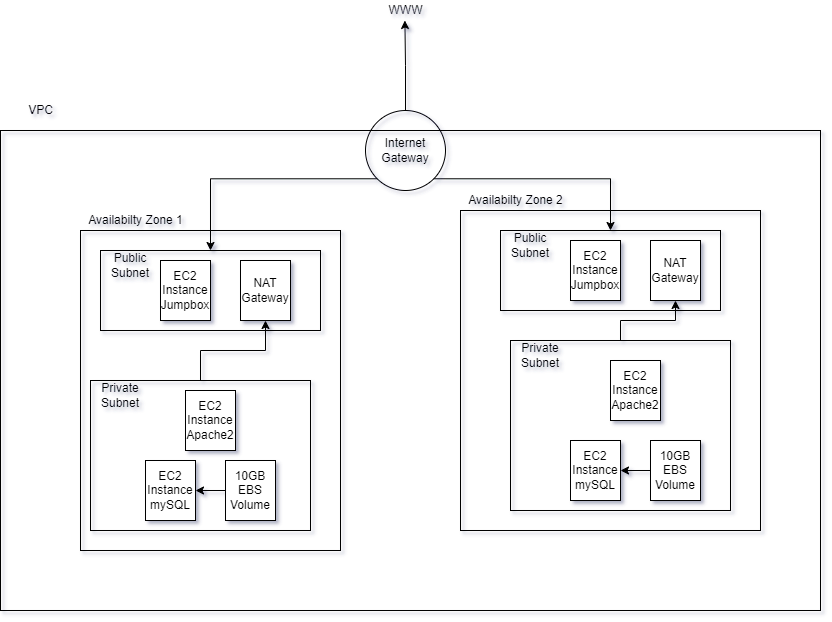
The draw.io diagram Diagram.drawio.png in shejan0/VPC-AWS-Assignment2-cs4843, before a commit. Source tidied: cells renumbered, new cells last; positions are measured from the earlier drawing's top-left corner, leaving out a move shared by most shapes.
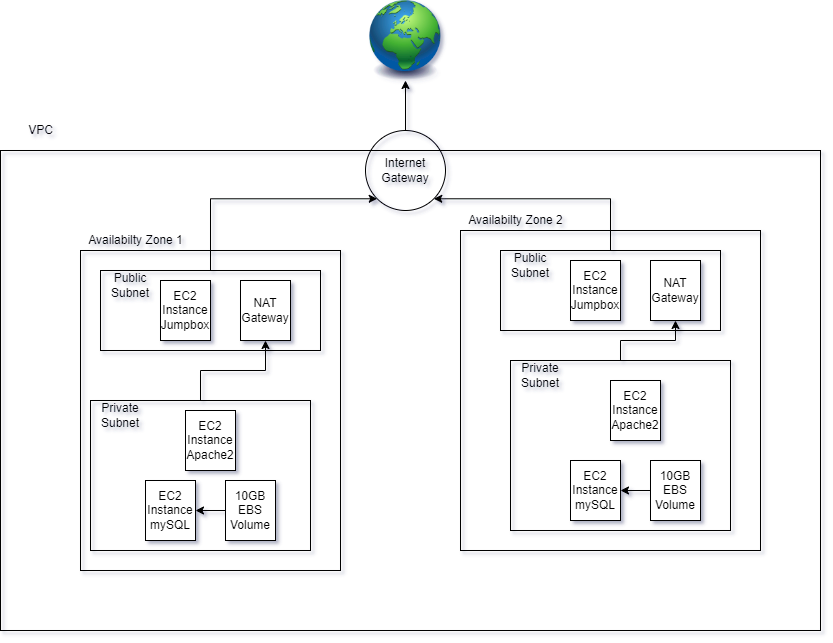
Above is the later version.

What changed in the source:
```diff
@@ -8,21 +8,26 @@
     <mxCell id="3" value="VPC" style="text;html=1;align=center;verticalAlign=middle;strokeColor=none;fillColor=none;" parent="1" vertex="1">
       <mxGeometry x="20" y="100" width="40" height="20" as="geometry" />
     </mxCell>
-    <mxCell id="4" style="edgeStyle=orthogonalEdgeStyle;rounded=0;jettySize=auto;html=1;entryX=0.5;entryY=0;entryDx=0;entryDy=0;exitX=1;exitY=1;exitDx=0;exitDy=0;" parent="1" edge="1" source="7" target="15">
-      <mxGeometry relative="1" as="geometry" />
+    <mxCell id="4" style="edgeStyle=orthogonalEdgeStyle;rounded=0;jettySize=auto;html=1;entryX=1;entryY=1;entryDx=0;entryDy=0;exitX=0.5;exitY=0;exitDx=0;exitDy=0;" parent="1" edge="1" source="15" target="7">
+      <mxGeometry relative="1" as="geometry">
+        <Array as="points">
+          <mxPoint x="610" y="178" />
+        </Array>
+      </mxGeometry>
     </mxCell>
-    <mxCell id="5" style="edgeStyle=orthogonalEdgeStyle;rounded=0;jettySize=auto;html=1;exitX=0;exitY=1;exitDx=0;exitDy=0;entryX=0.5;entryY=0;entryDx=0;entryDy=0;" parent="1" edge="1" source="7" target="13">
-      <mxGeometry relative="1" as="geometry" />
+    <mxCell id="5" style="edgeStyle=orthogonalEdgeStyle;rounded=0;jettySize=auto;html=1;exitX=0.5;exitY=0;exitDx=0;exitDy=0;entryX=0;entryY=1;entryDx=0;entryDy=0;" parent="1" edge="1" source="13" target="7">
+      <mxGeometry relative="1" as="geometry">
+        <Array as="points">
+          <mxPoint x="210" y="178" />
+        </Array>
+      </mxGeometry>
     </mxCell>
-    <mxCell id="6" style="edgeStyle=orthogonalEdgeStyle;rounded=0;jettySize=auto;html=1;entryX=0.488;entryY=1;entryDx=0;entryDy=0;entryPerimeter=0;" parent="1" edge="1" source="7" target="8">
+    <mxCell id="6" style="edgeStyle=orthogonalEdgeStyle;rounded=0;jettySize=auto;html=1;entryX=0.5;entryY=1;entryDx=0;entryDy=0;" parent="1" edge="1" source="7" target="35">
       <mxGeometry relative="1" as="geometry" />
     </mxCell>
     <mxCell id="7" value="Internet Gateway" style="ellipse;whiteSpace=wrap;html=1;fillColor=none;" parent="1" vertex="1">
       <mxGeometry x="365" y="110" width="80" height="80" as="geometry" />
     </mxCell>
-    <mxCell id="8" value="WWW" style="text;html=1;align=center;verticalAlign=middle;points=[];strokeColor=none;fillColor=none;" parent="1" vertex="1">
-      <mxGeometry x="380" width="50" height="20" as="geometry" />
-    </mxCell>
     <mxCell id="9" style="rounded=0;whiteSpace=wrap;html=1;fillColor=none;" parent="1" vertex="1">
       <mxGeometry x="80" y="230" width="260" height="320" as="geometry" />
     </mxCell>
@@ -101,5 +106,8 @@
     <mxCell id="34" value="EC2 Instance&lt;br&gt;Apache2" style="rounded=0;whiteSpace=wrap;html=1;fillColor=default;" parent="1" vertex="1">
       <mxGeometry x="185" y="390" width="50" height="60" as="geometry" />
     </mxCell>
+    <mxCell id="35" style="image;html=1;image=img/lib/clip_art/general/Earth_globe_128x128.png;" parent="1" vertex="1">
+      <mxGeometry x="365" y="-20" width="80" height="80" as="geometry" />
+    </mxCell>
   </root>
 </mxGraphModel>
```
